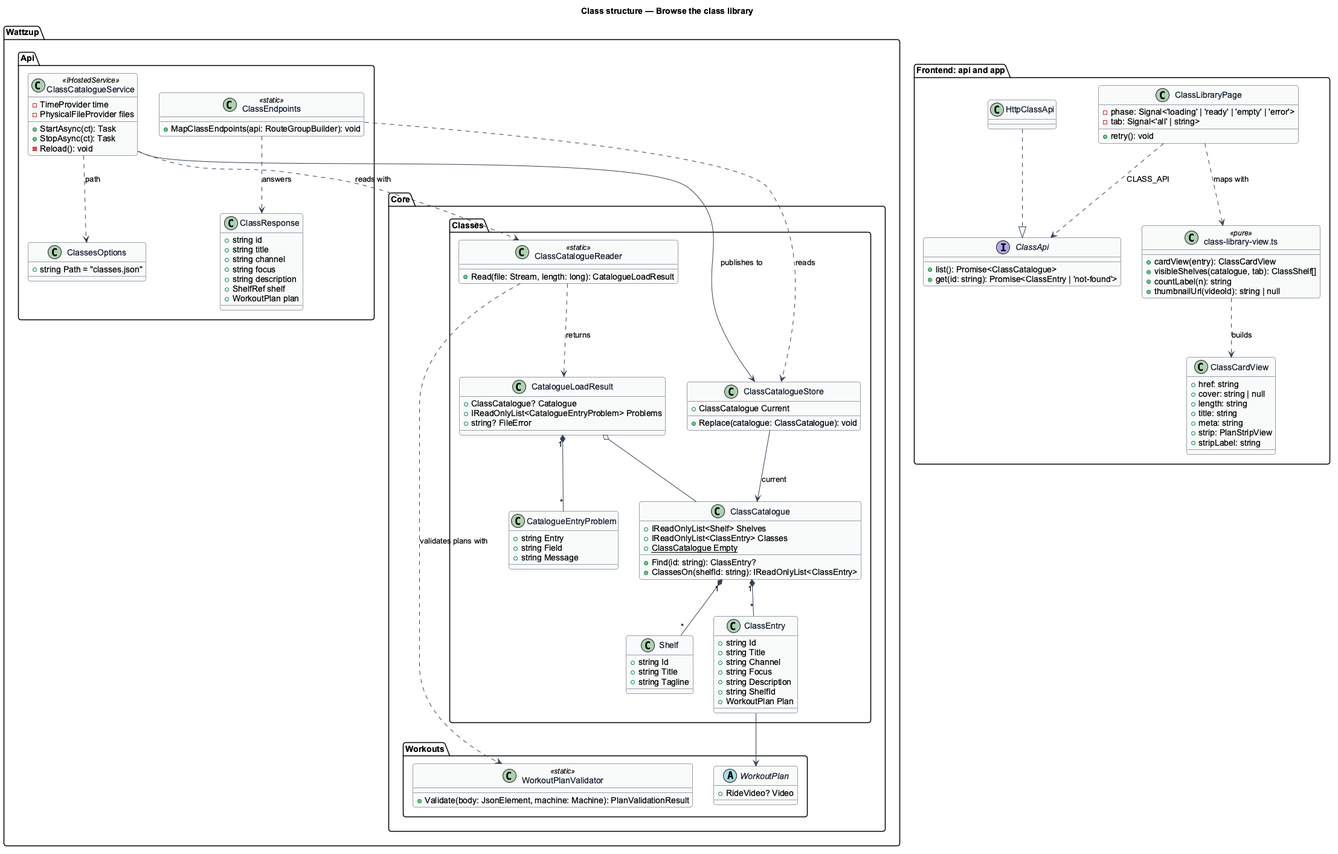
Earlier version of the PlantUML export docs/detailed-designs/classes/browse-classes/diagrams/class-structure.png (QuinntyneBrown/ride-one).
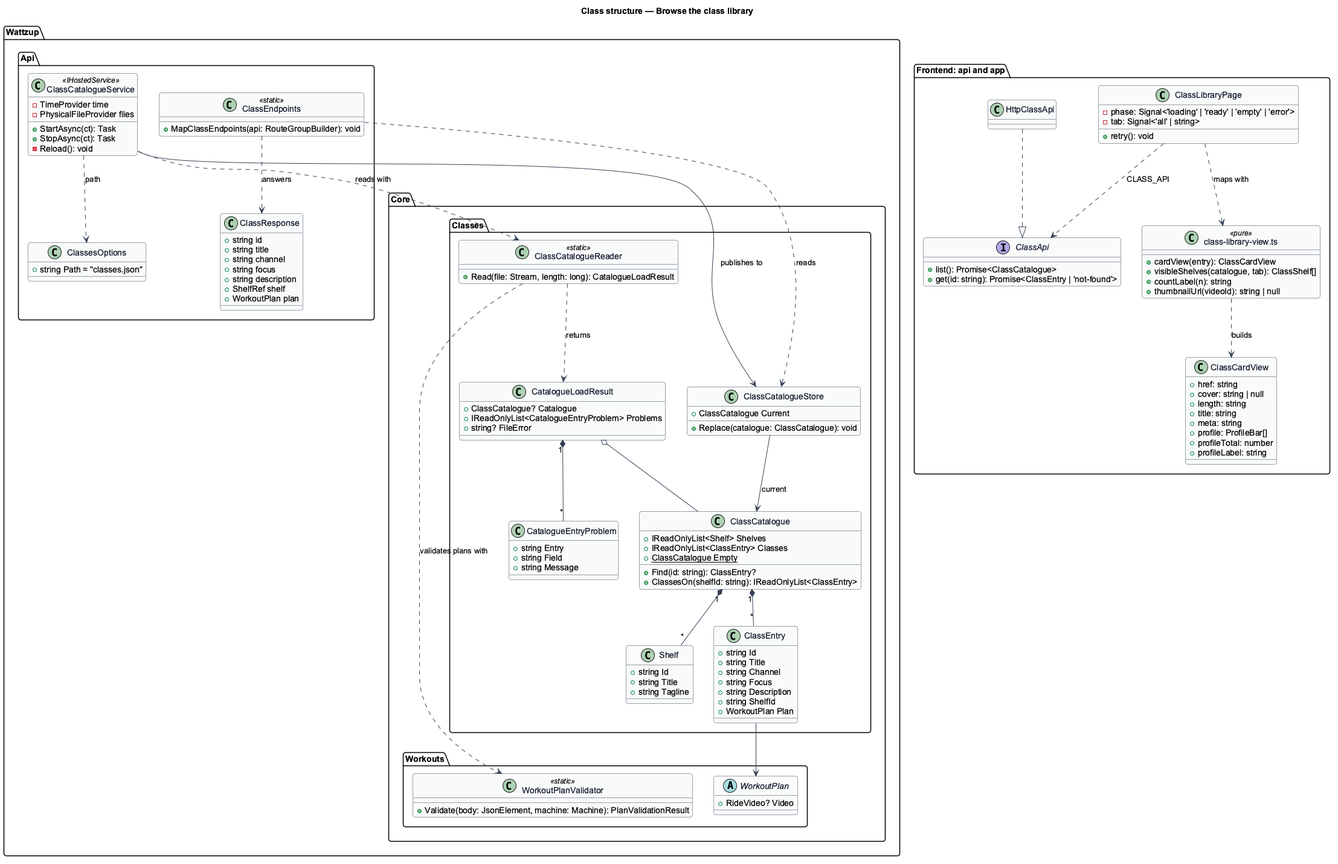
The same diagram one commit later.

Commit message:
Align the class designs, mocks and design system with the build

The edit, as a diff of the source:
```diff
@@ -95,8 +95,9 @@
     +length: string
     +title: string
     +meta: string
-    +strip: PlanStripView
-    +stripLabel: string
+    +profile: ProfileBar[]
+    +profileTotal: number
+    +profileLabel: string
   }
   class "class-library-view.ts" as clv <<pure>> {
     +cardView(entry): ClassCardView
```
